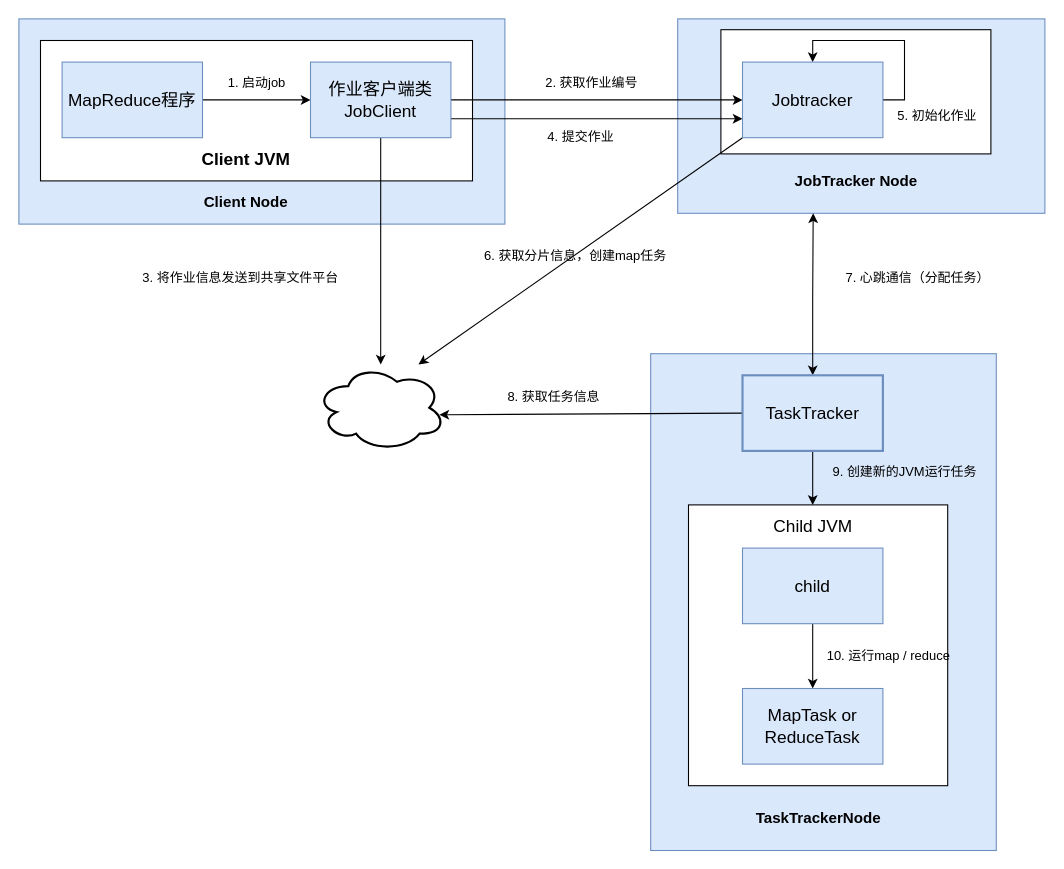
airyv/Image-Hosting keeps this draw.io diagram as drawio/MapReduce1工作机制.drawio. Above is the earlier version. Source tidied: cells renumbered, new cells numbered last; positions are measured from the earlier drawing's top-left corner, leaving out a move shared by most shapes. Both pictures are drawn from the tidied source at 108%, with x=0, y=0 at pixel (18, 18).
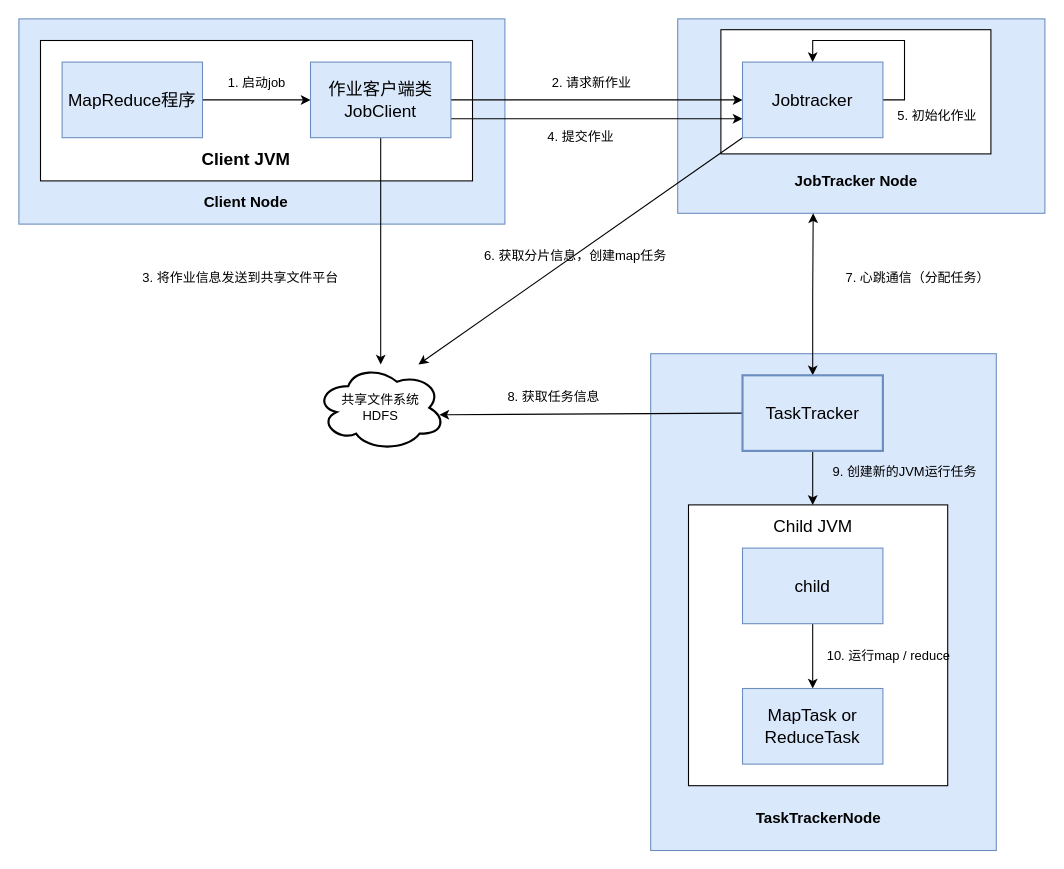
Above is the later version.

Commit message:
更新MapReduce1工作机制.drawio

Change to the diagram source:
```diff
@@
-    <mxCell id="20" value="2. 获取作业编号" style="text;html=1;align=center;verticalAlign=middle;strokeColor=none;" parent="1" vertex="1">
-      <mxGeometry x="475" y="50" width="110" height="20" as="geometry" />
+    <mxCell id="20" value="2. 请求新作业" style="text;html=1;align=center;verticalAlign=middle;strokeColor=none;" parent="1" vertex="1">
+      <mxGeometry x="480" y="50" width="100" height="20" as="geometry" />
     </mxCell>
@@
-    <mxCell id="33" style="ellipse;shape=cloud;whiteSpace=wrap;html=1;strokeWidth=2;" parent="1" vertex="1">
+    <mxCell id="33" value="共享文件系统&lt;br&gt;HDFS" style="ellipse;shape=cloud;whiteSpace=wrap;html=1;strokeWidth=2;" parent="1" vertex="1">
       <mxGeometry x="275" y="320" width="120" height="80" as="geometry" />
     </mxCell>
```
